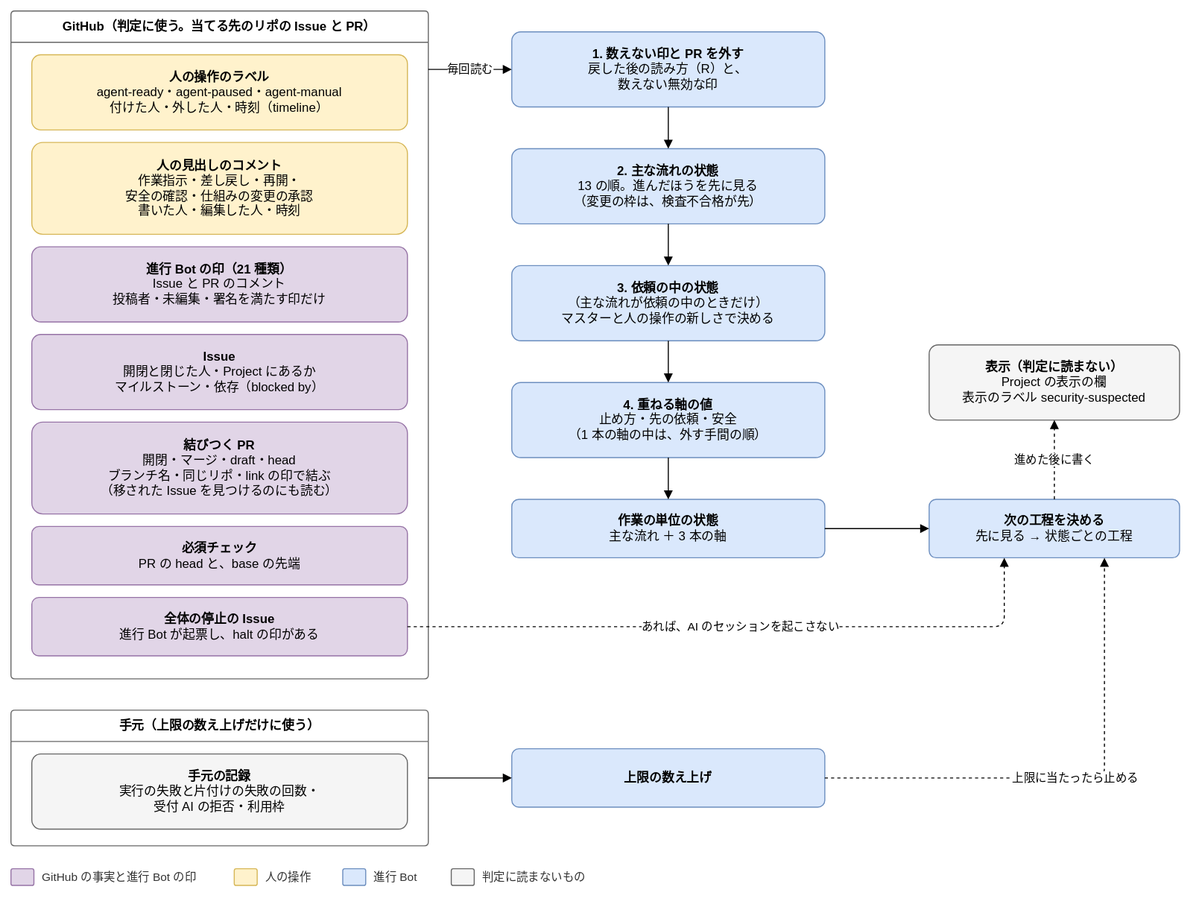
Earlier version of the draw.io export docs/design/basic/diagrams/02-state-assembly.drawio.svg (Joymerrevent/dev-autopilot). Source tidied: cells renumbered, new cells last; positions are measured from the earlier drawing's top-left corner, leaving out a move shared by most shapes.
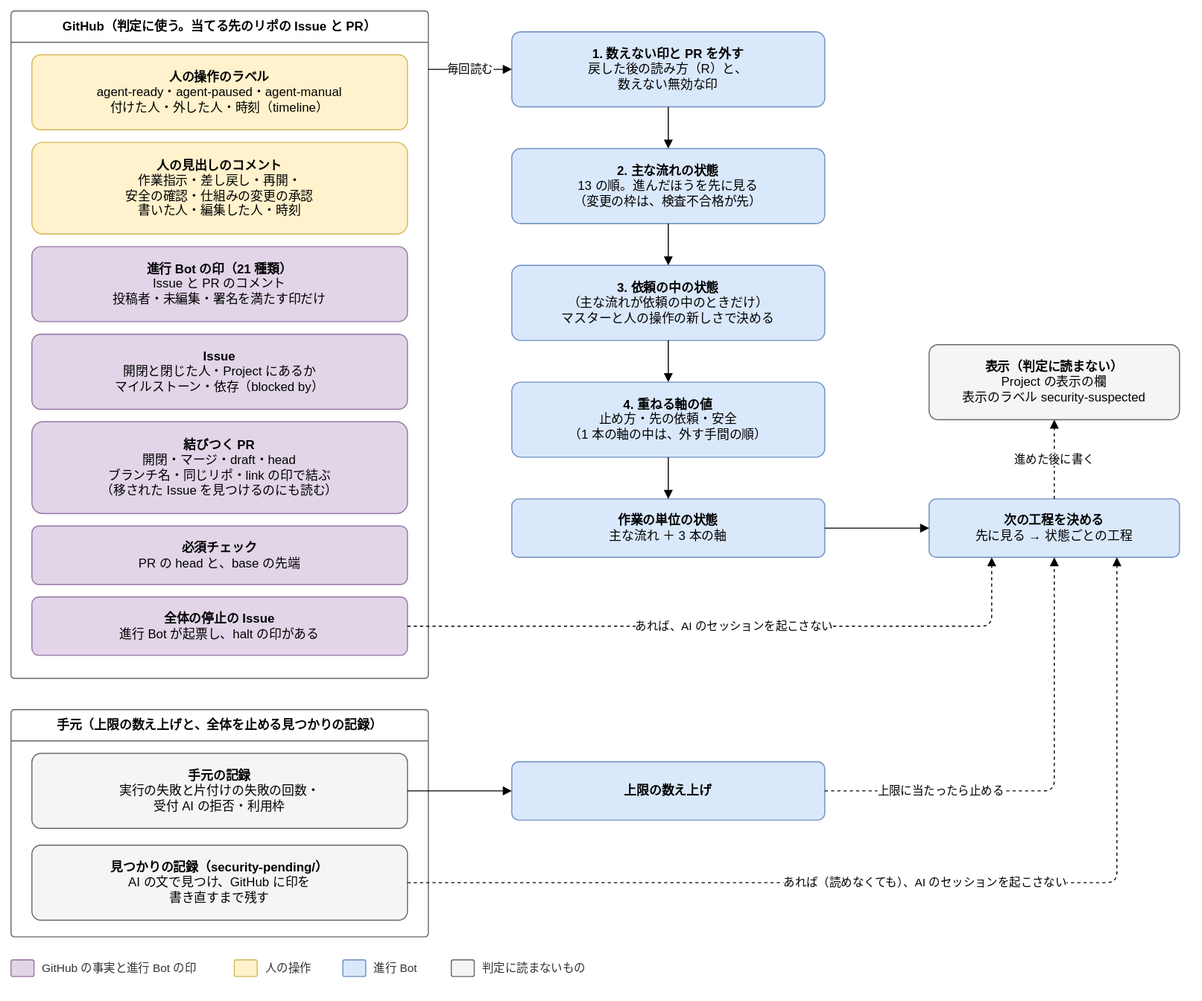
After the commit.

The edit, as a diff of the source:
```diff
@@ -47,14 +47,17 @@
     <mxCell id="16" value="&lt;b&gt;表示（判定に読まない）&lt;/b&gt;&lt;br&gt;Project の表示の欄&lt;br&gt;表示のラベル security-suspected" style="rounded=1;whiteSpace=wrap;html=1;fontSize=12;arcSize=12;spacing=12;fillColor=#f5f5f5;strokeColor=#666666;" parent="1" vertex="1">
       <mxGeometry x="880" y="320" width="240" height="72" as="geometry" />
     </mxCell>
-    <mxCell id="17" value="手元（上限の数え上げだけに使う）" style="swimlane;startSize=30;html=1;whiteSpace=wrap;rounded=1;arcSize=4;fontStyle=1;fontSize=12;strokeColor=#666666;fillColor=none;swimlaneFillColor=none;" parent="1" vertex="1">
-      <mxGeometry y="670" width="400" height="130" as="geometry" />
+    <mxCell id="17" value="手元（上限の数え上げと、全体を止める見つかりの記録）" style="swimlane;startSize=30;html=1;whiteSpace=wrap;rounded=1;arcSize=4;fontStyle=1;fontSize=12;strokeColor=#666666;fillColor=none;swimlaneFillColor=none;" parent="1" vertex="1">
+      <mxGeometry y="670" width="400" height="218" as="geometry" />
     </mxCell>
     <mxCell id="18" value="&lt;b&gt;手元の記録&lt;/b&gt;&lt;br&gt;実行の失敗と片付けの失敗の回数・&lt;br&gt;受付 AI の拒否・利用枠" style="rounded=1;whiteSpace=wrap;html=1;fontSize=12;arcSize=12;spacing=12;fillColor=#f5f5f5;strokeColor=#666666;" parent="17" vertex="1">
       <mxGeometry x="20" y="42" width="360" height="72" as="geometry" />
     </mxCell>
+    <mxCell id="38" value="&lt;b&gt;見つかりの記録（security-pending/）&lt;/b&gt;&lt;br&gt;AI の文で見つけ、GitHub に印を&lt;br&gt;書き直すまで残す" style="rounded=1;whiteSpace=wrap;html=1;fontSize=12;arcSize=12;spacing=12;fillColor=#f5f5f5;strokeColor=#666666;" parent="17" vertex="1">
+      <mxGeometry x="20" y="130" width="360" height="72" as="geometry" />
+    </mxCell>
     <mxCell id="19" value="&lt;b&gt;上限の数え上げ&lt;/b&gt;" style="rounded=1;whiteSpace=wrap;html=1;fontSize=12;arcSize=12;spacing=12;fillColor=#dae8fc;strokeColor=#6c8ebf;" parent="1" vertex="1">
-      <mxGeometry x="480" y="707" width="300" height="56" as="geometry" />
+      <mxGeometry x="480" y="720" width="300" height="56" as="geometry" />
     </mxCell>
     <mxCell id="20" value="毎回読む" style="edgeStyle=orthogonalEdgeStyle;rounded=1;html=1;endArrow=block;endFill=1;fontSize=11;labelBackgroundColor=#ffffff;exitX=1;exitY=0.0875;exitDx=0;exitDy=0;entryX=0;entryY=0.5;entryDx=0;entryDy=0;" parent="1" edge="1" source="2" target="10">
       <mxGeometry relative="1" as="geometry" />
@@ -77,46 +80,53 @@
     <mxCell id="26" value="進めた後に書く" style="edgeStyle=orthogonalEdgeStyle;rounded=1;html=1;endArrow=block;endFill=1;fontSize=11;labelBackgroundColor=#ffffff;dashed=1;exitX=0.5;exitY=0;exitDx=0;exitDy=0;entryX=0.5;entryY=1;entryDx=0;entryDy=0;" parent="1" edge="1" source="15" target="16">
       <mxGeometry relative="1" as="geometry" />
     </mxCell>
-    <mxCell id="27" value="あれば、AI のセッションを起こさない" style="edgeStyle=orthogonalEdgeStyle;rounded=1;html=1;endArrow=block;endFill=1;fontSize=11;labelBackgroundColor=#ffffff;dashed=1;exitX=1;exitY=0.5;exitDx=0;exitDy=0;entryX=0.3;entryY=1;entryDx=0;entryDy=0;" parent="1" edge="1" source="9" target="15">
+    <mxCell id="27" value="あれば、AI のセッションを起こさない" style="edgeStyle=orthogonalEdgeStyle;rounded=1;html=1;endArrow=block;endFill=1;fontSize=11;labelBackgroundColor=#ffffff;dashed=1;exitX=1;exitY=0.5;exitDx=0;exitDy=0;entryX=0.25;entryY=1;entryDx=0;entryDy=0;" parent="1" edge="1" source="9" target="15">
       <mxGeometry relative="1" as="geometry">
         <Array as="points">
-          <mxPoint x="952" y="590" />
+          <mxPoint x="940" y="590" />
         </Array>
       </mxGeometry>
     </mxCell>
-    <mxCell id="28" style="edgeStyle=orthogonalEdgeStyle;rounded=1;html=1;endArrow=block;endFill=1;fontSize=11;labelBackgroundColor=#ffffff;exitX=1;exitY=0.5;exitDx=0;exitDy=0;entryX=0;entryY=0.5;entryDx=0;entryDy=0;" parent="1" edge="1" source="17" target="19">
+    <mxCell id="28" style="edgeStyle=orthogonalEdgeStyle;rounded=1;html=1;endArrow=block;endFill=1;fontSize=11;labelBackgroundColor=#ffffff;exitX=1;exitY=0.5;exitDx=0;exitDy=0;entryX=0;entryY=0.5;entryDx=0;entryDy=0;" parent="1" edge="1" source="18" target="19">
       <mxGeometry relative="1" as="geometry" />
     </mxCell>
-    <mxCell id="29" value="上限に当たったら止める" style="edgeStyle=orthogonalEdgeStyle;rounded=1;html=1;endArrow=block;endFill=1;fontSize=11;labelBackgroundColor=#ffffff;dashed=1;exitX=1;exitY=0.5;exitDx=0;exitDy=0;entryX=0.7;entryY=1;entryDx=0;entryDy=0;" parent="1" edge="1" source="19" target="15">
-      <mxGeometry relative="1" as="geometry">
+    <mxCell id="29" value="上限に当たったら止める" style="edgeStyle=orthogonalEdgeStyle;rounded=1;html=1;endArrow=block;endFill=1;fontSize=11;labelBackgroundColor=#ffffff;dashed=1;exitX=1;exitY=0.5;exitDx=0;exitDy=0;entryX=0.5;entryY=1;entryDx=0;entryDy=0;" parent="1" edge="1" source="19" target="15">
+      <mxGeometry x="-0.5" relative="1" as="geometry">
         <Array as="points">
-          <mxPoint x="1048" y="735" />
+          <mxPoint x="1000" y="748" />
         </Array>
       </mxGeometry>
     </mxCell>
+    <mxCell id="39" value="あれば（読めなくても）、AI のセッションを起こさない" style="edgeStyle=orthogonalEdgeStyle;rounded=1;html=1;endArrow=block;endFill=1;fontSize=11;labelBackgroundColor=#ffffff;dashed=1;exitX=1;exitY=0.5;exitDx=0;exitDy=0;entryX=0.75;entryY=1;entryDx=0;entryDy=0;" parent="1" edge="1" source="38" target="15">
+      <mxGeometry relative="1" as="geometry">
+        <Array as="points">
+          <mxPoint x="1060" y="836" />
+        </Array>
+      </mxGeometry>
+    </mxCell>
     <mxCell id="30" style="rounded=1;whiteSpace=wrap;html=1;fontSize=12;arcSize=12;spacing=12;fillColor=#e1d5e7;strokeColor=#9673a6;" parent="1" vertex="1">
-      <mxGeometry y="822" width="22" height="16" as="geometry" />
+      <mxGeometry y="910" width="22" height="16" as="geometry" />
     </mxCell>
     <mxCell id="31" value="GitHub の事実と進行 Bot の印" style="text;html=1;align=left;verticalAlign=middle;fontSize=11;fontColor=#333333;" parent="1" vertex="1">
-      <mxGeometry x="28" y="820" width="170" height="20" as="geometry" />
+      <mxGeometry x="28" y="908" width="170" height="20" as="geometry" />
     </mxCell>
     <mxCell id="32" style="rounded=1;whiteSpace=wrap;html=1;fontSize=12;arcSize=12;spacing=12;fillColor=#fff2cc;strokeColor=#d6b656;" parent="1" vertex="1">
-      <mxGeometry x="214" y="822" width="22" height="16" as="geometry" />
+      <mxGeometry x="214" y="910" width="22" height="16" as="geometry" />
     </mxCell>
     <mxCell id="33" value="人の操作" style="text;html=1;align=left;verticalAlign=middle;fontSize=11;fontColor=#333333;" parent="1" vertex="1">
-      <mxGeometry x="242" y="820" width="60" height="20" as="geometry" />
+      <mxGeometry x="242" y="908" width="60" height="20" as="geometry" />
     </mxCell>
     <mxCell id="34" style="rounded=1;whiteSpace=wrap;html=1;fontSize=12;arcSize=12;spacing=12;fillColor=#dae8fc;strokeColor=#6c8ebf;" parent="1" vertex="1">
-      <mxGeometry x="318" y="822" width="22" height="16" as="geometry" />
+      <mxGeometry x="318" y="910" width="22" height="16" as="geometry" />
     </mxCell>
     <mxCell id="35" value="進行 Bot" style="text;html=1;align=left;verticalAlign=middle;fontSize=11;fontColor=#333333;" parent="1" vertex="1">
-      <mxGeometry x="346" y="820" width="60" height="20" as="geometry" />
+      <mxGeometry x="346" y="908" width="60" height="20" as="geometry" />
     </mxCell>
     <mxCell id="36" style="rounded=1;whiteSpace=wrap;html=1;fontSize=12;arcSize=12;spacing=12;fillColor=#f5f5f5;strokeColor=#666666;" parent="1" vertex="1">
-      <mxGeometry x="422" y="822" width="22" height="16" as="geometry" />
+      <mxGeometry x="422" y="910" width="22" height="16" as="geometry" />
     </mxCell>
     <mxCell id="37" value="判定に読まないもの" style="text;html=1;align=left;verticalAlign=middle;fontSize=11;fontColor=#333333;" parent="1" vertex="1">
-      <mxGeometry x="450" y="820" width="120" height="20" as="geometry" />
+      <mxGeometry x="450" y="908" width="120" height="20" as="geometry" />
     </mxCell>
   </root>
 </mxGraphModel>
```
